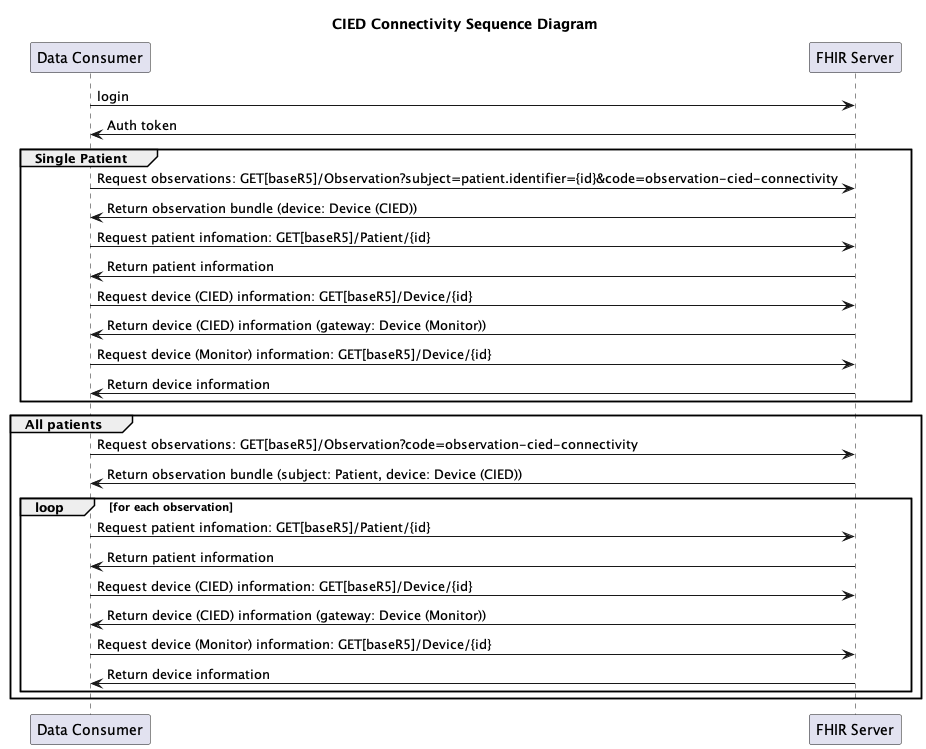
The PlantUML diagram input/images/connectivity-sequence.png in HL7/CardX-CIED, before a commit.
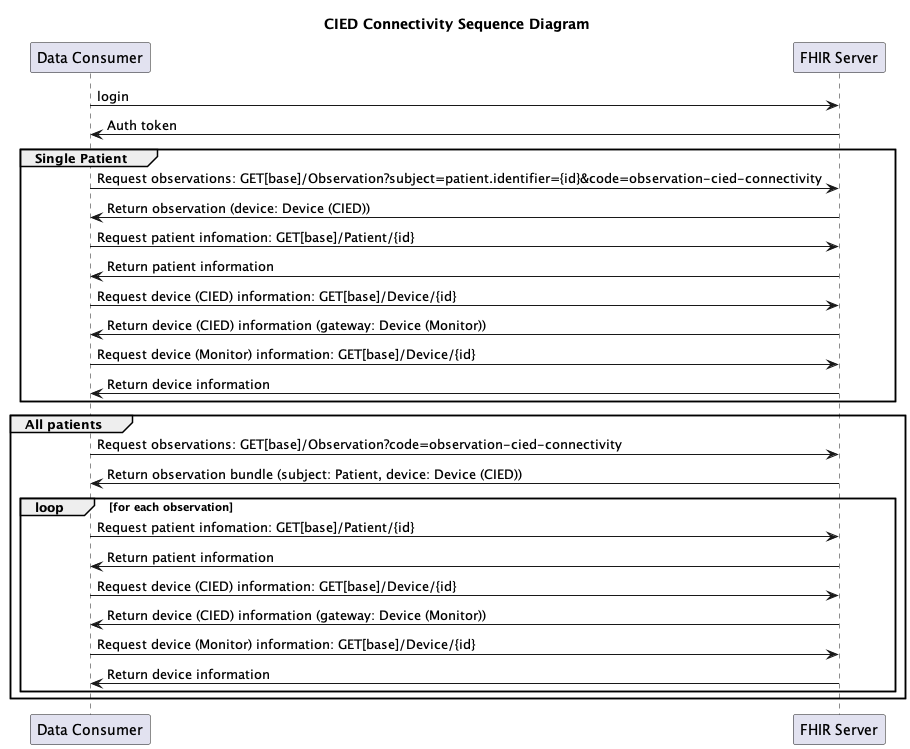
Later version of the same file.

What changed in the source:
```diff
@@ -8,26 +8,26 @@
 FHIR -> con : Auth token
 
 group Single Patient
-    con -> FHIR : Request observations: GET[baseR5]/Observation?subject=patient.identifier={id}&code=observation-cied-connectivity
-    FHIR -> con : Return observation bundle (device: Device (CIED))
-    con -> FHIR : Request patient infomation: GET[baseR5]/Patient/{id}
+    con -> FHIR : Request observations: GET[base]/Observation?subject=patient.identifier={id}&code=observation-cied-connectivity
+    FHIR -> con : Return observation (device: Device (CIED))
+    con -> FHIR : Request patient infomation: GET[base]/Patient/{id}
     FHIR -> con : Return patient information
-    con -> FHIR : Request device (CIED) information: GET[baseR5]/Device/{id}
+    con -> FHIR : Request device (CIED) information: GET[base]/Device/{id}
     FHIR -> con : Return device (CIED) information (gateway: Device (Monitor))
-    con -> FHIR : Request device (Monitor) information: GET[baseR5]/Device/{id}
+    con -> FHIR : Request device (Monitor) information: GET[base]/Device/{id}
     FHIR -> con : Return device information
     end
 
 group All patients
-    con -> FHIR : Request observations: GET[baseR5]/Observation?code=observation-cied-connectivity
+    con -> FHIR : Request observations: GET[base]/Observation?code=observation-cied-connectivity
     FHIR -> con : Return observation bundle (subject: Patient, device: Device (CIED))
 
     loop for each observation
-        con -> FHIR : Request patient infomation: GET[baseR5]/Patient/{id}
+        con -> FHIR : Request patient infomation: GET[base]/Patient/{id}
         FHIR -> con : Return patient information
-        con -> FHIR : Request device (CIED) information: GET[baseR5]/Device/{id}
+        con -> FHIR : Request device (CIED) information: GET[base]/Device/{id}
         FHIR -> con : Return device (CIED) information (gateway: Device (Monitor))
-        con -> FHIR : Request device (Monitor) information: GET[baseR5]/Device/{id}
+        con -> FHIR : Request device (Monitor) information: GET[base]/Device/{id}
         FHIR -> con : Return device information
     end
 end
```
